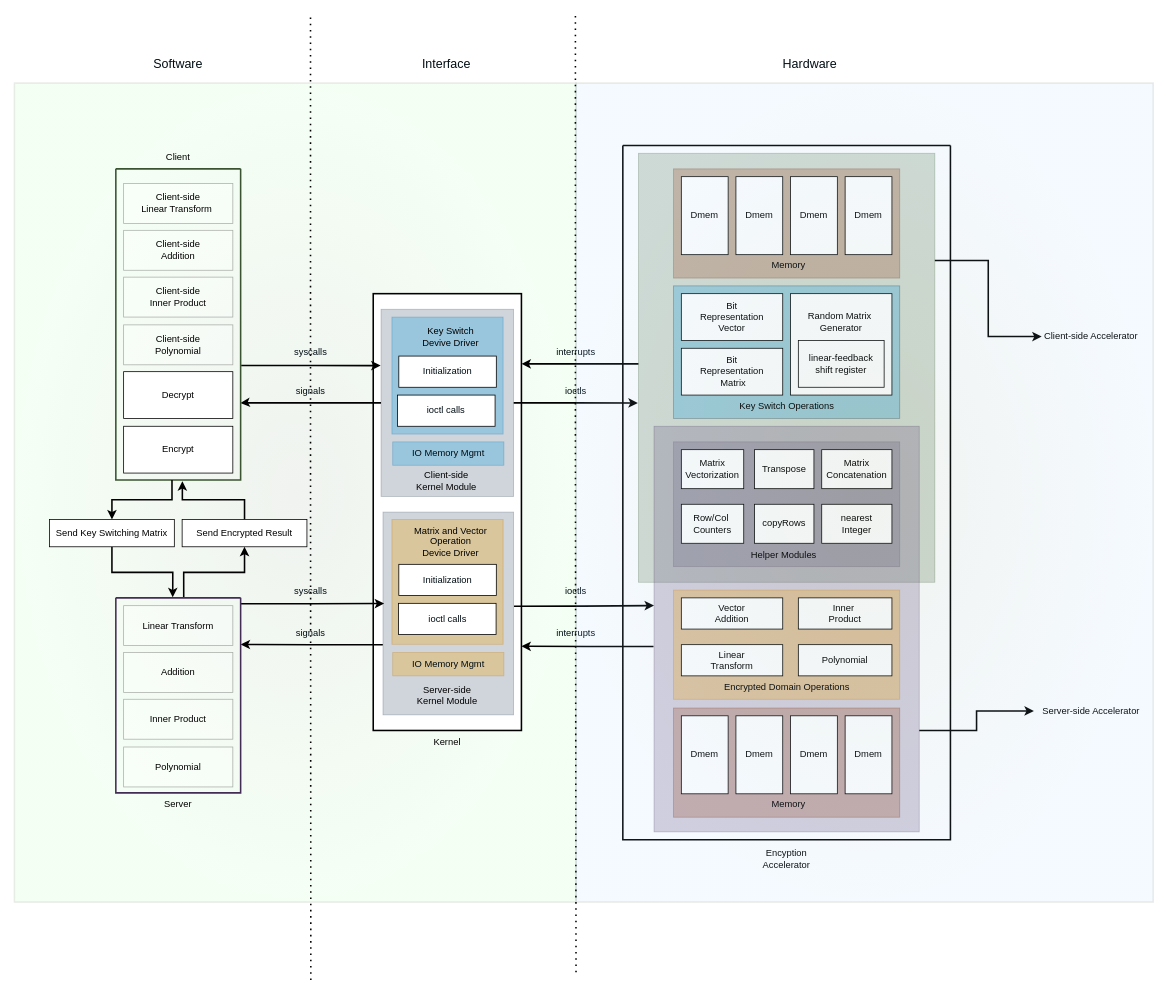
This is Design_Overview.drawio from helloworld1921/Fully_Homomorphic_Encryption_Accelerator, a draw.io file, before an edit. Source tidied: cells renumbered, new cells numbered last; positions are measured from the earlier drawing's top-left corner, leaving out a move shared by most shapes. Both pictures are drawn from the tidied source at 78%, with x=0, y=0 at pixel (14, 14).
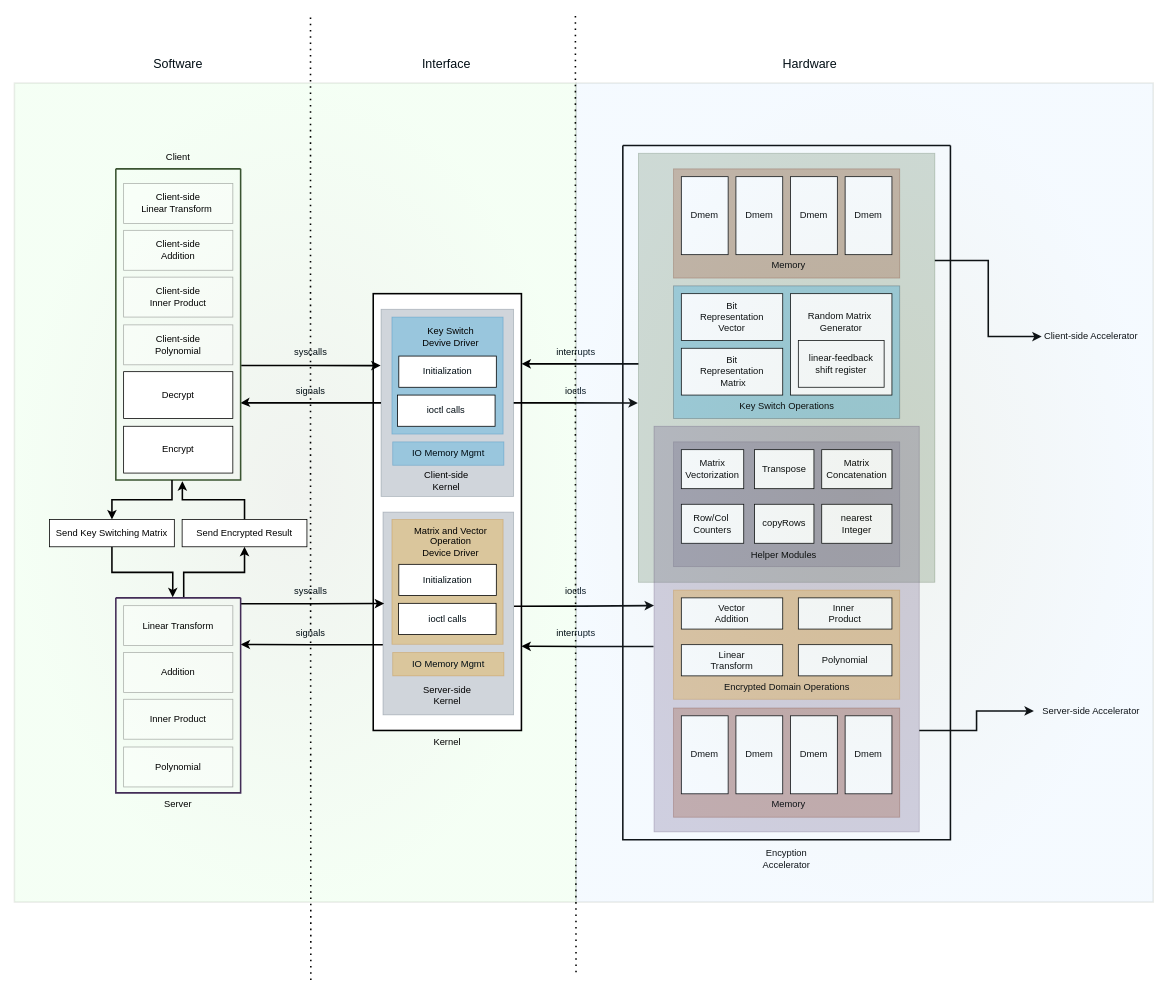
After the change.

Diff of the diagram source:
```diff
@@
-    <mxCell id="54" value="Client-side &lt;br&gt;Kernel Module" style="text;html=1;strokeColor=none;fillColor=none;align=center;verticalAlign=middle;whiteSpace=wrap;rounded=0;opacity=30;" parent="1" vertex="1">
+    <mxCell id="54" value="Client-side &lt;br&gt;Kernel" style="text;html=1;strokeColor=none;fillColor=none;align=center;verticalAlign=middle;whiteSpace=wrap;rounded=0;opacity=30;" parent="1" vertex="1">
       <mxGeometry x="488.8" y="578" width="130" height="40" as="geometry" />
     </mxCell>
@@
-    <mxCell id="68" value="Server-side &lt;br&gt;Kernel Module" style="text;html=1;strokeColor=none;fillColor=none;align=center;verticalAlign=middle;whiteSpace=wrap;rounded=0;opacity=30;" parent="1" vertex="1">
+    <mxCell id="68" value="Server-side &lt;br&gt;Kernel" style="text;html=1;strokeColor=none;fillColor=none;align=center;verticalAlign=middle;whiteSpace=wrap;rounded=0;opacity=30;" parent="1" vertex="1">
       <mxGeometry x="490" y="858" width="130" height="30" as="geometry" />
     </mxCell>
```
